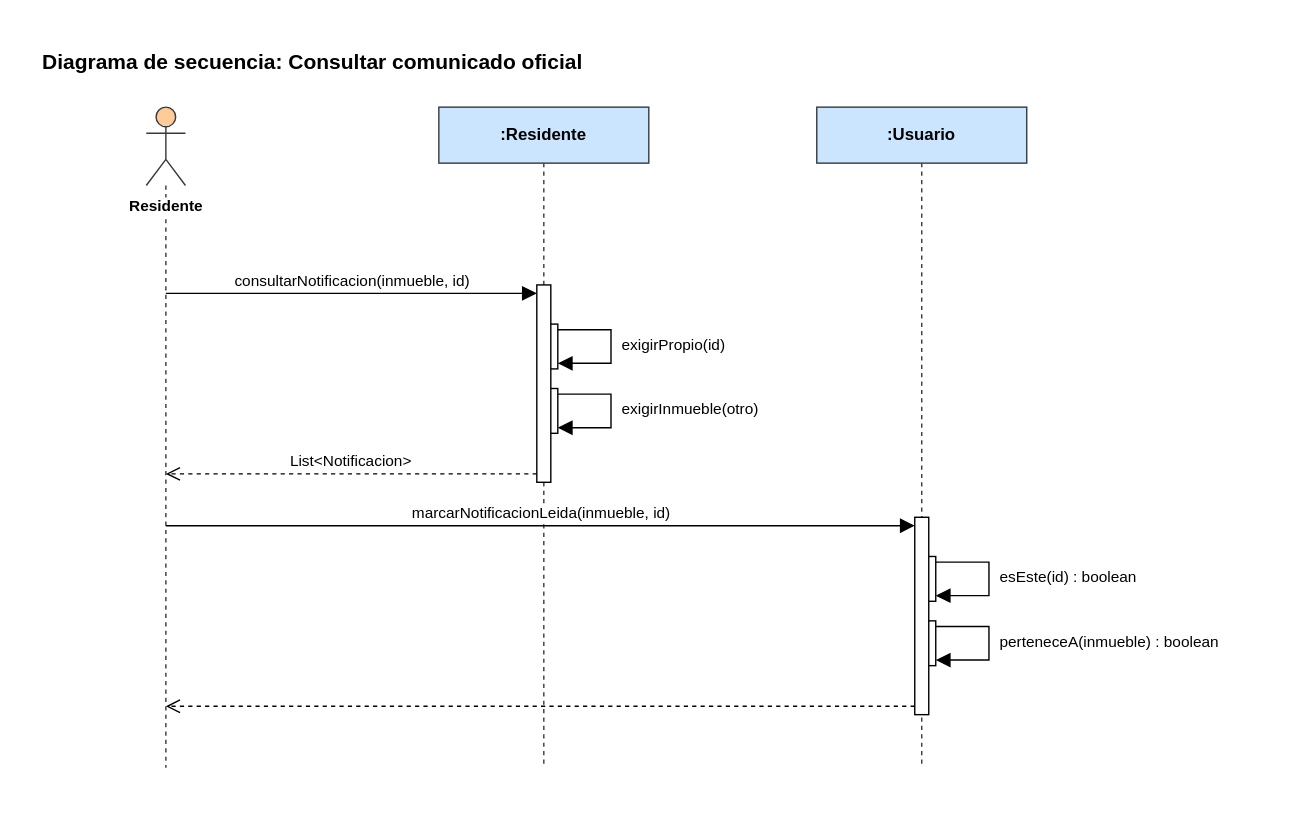
Earlier version of the draw.io export Diagramas/Secuencia/consultar-comunicado-oficial.svg (manuel20051208/HorizontalSoftware-Back-End). Source tidied: cells renumbered, new cells last; positions are measured from the earlier drawing's top-left corner, leaving out a move shared by most shapes. Its diagram source:
```xml
<mxGraphModel>
  <root>
    <mxCell id="0" />
    <mxCell id="1" parent="0" />
    <mxCell id="2" value="&lt;b&gt;Diagrama de secuencia: Consultar comunicado oficial&lt;/b&gt;" style="text;html=1;align=left;verticalAlign=top;whiteSpace=wrap;fontSize=15;" parent="1" vertex="1">
      <mxGeometry width="864" height="26" as="geometry" />
    </mxCell>
    <mxCell id="3" value="Residente" style="shape=umlLifeline;participant=umlActor;perimeter=lifelinePerimeter;whiteSpace=nowrap;html=1;outlineConnect=0;portConstraint=eastwest;size=56;verticalAlign=top;spacingTop=58;labelBackgroundColor=#ffffff;fontStyle=1;fontSize=11;fillColor=#ffcc99;strokeColor=#36393d;" parent="1" vertex="1">
      <mxGeometry x="76" y="48" width="28" height="472" as="geometry" />
    </mxCell>
    <mxCell id="4" value=":Residente" style="shape=umlLifeline;perimeter=lifelinePerimeter;whiteSpace=wrap;html=1;fillColor=#cce5ff;strokeColor=#36393d;fontStyle=1;fontSize=12;" parent="1" vertex="1">
      <mxGeometry x="285" y="48" width="150" height="472" as="geometry" />
    </mxCell>
    <mxCell id="5" value=":Usuario" style="shape=umlLifeline;perimeter=lifelinePerimeter;whiteSpace=wrap;html=1;fillColor=#cce5ff;strokeColor=#36393d;fontStyle=1;fontSize=12;" parent="1" vertex="1">
      <mxGeometry x="555" y="48" width="150" height="472" as="geometry" />
    </mxCell>
    <mxCell id="6" style="html=1;points=[];perimeter=orthogonalPerimeter;fillColor=#ffffff;strokeColor=#000000;" parent="1" vertex="1">
      <mxGeometry x="360" y="203" width="10" height="32" as="geometry" />
    </mxCell>
    <mxCell id="7" style="html=1;points=[];perimeter=orthogonalPerimeter;fillColor=#ffffff;strokeColor=#000000;" parent="1" vertex="1">
      <mxGeometry x="360" y="249" width="10" height="32" as="geometry" />
    </mxCell>
    <mxCell id="8" style="html=1;points=[];perimeter=orthogonalPerimeter;fillColor=#ffffff;strokeColor=#000000;" parent="1" vertex="1">
      <mxGeometry x="355" y="175" width="10" height="141" as="geometry" />
    </mxCell>
    <mxCell id="9" style="html=1;points=[];perimeter=orthogonalPerimeter;fillColor=#ffffff;strokeColor=#000000;" parent="1" vertex="1">
      <mxGeometry x="630" y="369" width="10" height="32" as="geometry" />
    </mxCell>
    <mxCell id="10" style="html=1;points=[];perimeter=orthogonalPerimeter;fillColor=#ffffff;strokeColor=#000000;" parent="1" vertex="1">
      <mxGeometry x="630" y="415" width="10" height="32" as="geometry" />
    </mxCell>
    <mxCell id="11" style="html=1;points=[];perimeter=orthogonalPerimeter;fillColor=#ffffff;strokeColor=#000000;" parent="1" vertex="1">
      <mxGeometry x="625" y="341" width="10" height="141" as="geometry" />
    </mxCell>
    <mxCell id="12" value="consultarNotificacion(inmueble, id)" style="html=1;verticalAlign=bottom;rounded=0;fontSize=11;strokeColor=#000000;endArrow=block;endFill=1;endSize=8;exitX=0.5000;exitY=0.2818;exitDx=0;exitDy=0;exitPerimeter=0;entryX=0.0000;entryY=0.0426;entryDx=0;entryDy=0;entryPerimeter=0;" parent="1" edge="1" source="3" target="8">
      <mxGeometry relative="1" as="geometry" />
    </mxCell>
    <mxCell id="13" style="html=1;rounded=0;endArrow=block;endFill=1;endSize=8;strokeColor=#000000;exitX=1.0000;exitY=0.1250;exitDx=0;exitDy=0;exitPerimeter=0;entryX=1.0000;entryY=0.8750;entryDx=0;entryDy=0;entryPerimeter=0;" parent="1" edge="1" source="6" target="6">
      <mxGeometry relative="1" as="geometry">
        <Array as="points">
          <mxPoint x="408" y="207" />
          <mxPoint x="408" y="231" />
        </Array>
      </mxGeometry>
    </mxCell>
    <mxCell id="14" style="html=1;rounded=0;endArrow=block;endFill=1;endSize=8;strokeColor=#000000;exitX=1.0000;exitY=0.1250;exitDx=0;exitDy=0;exitPerimeter=0;entryX=1.0000;entryY=0.8750;entryDx=0;entryDy=0;entryPerimeter=0;" parent="1" edge="1" source="7" target="7">
      <mxGeometry relative="1" as="geometry">
        <Array as="points">
          <mxPoint x="408" y="253" />
          <mxPoint x="408" y="277" />
        </Array>
      </mxGeometry>
    </mxCell>
    <mxCell id="15" value="List&amp;lt;Notificacion&amp;gt;" style="html=1;verticalAlign=bottom;rounded=0;fontSize=11;strokeColor=#000000;dashed=1;endArrow=open;endFill=0;endSize=8;exitX=0.0000;exitY=0.9574;exitDx=0;exitDy=0;exitPerimeter=0;entryX=0.5000;entryY=0.5551;entryDx=0;entryDy=0;entryPerimeter=0;" parent="1" edge="1" source="8" target="3">
      <mxGeometry relative="1" as="geometry" />
    </mxCell>
    <mxCell id="16" value="marcarNotificacionLeida(inmueble, id)" style="html=1;verticalAlign=bottom;rounded=0;fontSize=11;strokeColor=#000000;endArrow=block;endFill=1;endSize=8;exitX=0.5000;exitY=0.6335;exitDx=0;exitDy=0;exitPerimeter=0;entryX=0.0000;entryY=0.0426;entryDx=0;entryDy=0;entryPerimeter=0;" parent="1" edge="1" source="3" target="11">
      <mxGeometry relative="1" as="geometry" />
    </mxCell>
    <mxCell id="17" style="html=1;rounded=0;endArrow=block;endFill=1;endSize=8;strokeColor=#000000;exitX=1.0000;exitY=0.1250;exitDx=0;exitDy=0;exitPerimeter=0;entryX=1.0000;entryY=0.8750;entryDx=0;entryDy=0;entryPerimeter=0;" parent="1" edge="1" source="9" target="9">
      <mxGeometry relative="1" as="geometry">
        <Array as="points">
          <mxPoint x="678" y="373" />
          <mxPoint x="678" y="397" />
        </Array>
      </mxGeometry>
    </mxCell>
    <mxCell id="18" style="html=1;rounded=0;endArrow=block;endFill=1;endSize=8;strokeColor=#000000;exitX=1.0000;exitY=0.1250;exitDx=0;exitDy=0;exitPerimeter=0;entryX=1.0000;entryY=0.8750;entryDx=0;entryDy=0;entryPerimeter=0;" parent="1" edge="1" source="10" target="10">
      <mxGeometry relative="1" as="geometry">
        <Array as="points">
          <mxPoint x="678" y="419" />
          <mxPoint x="678" y="443" />
        </Array>
      </mxGeometry>
    </mxCell>
    <mxCell id="19" style="html=1;verticalAlign=bottom;rounded=0;fontSize=11;strokeColor=#000000;dashed=1;endArrow=open;endFill=0;endSize=8;exitX=0.0000;exitY=0.9574;exitDx=0;exitDy=0;exitPerimeter=0;entryX=0.5000;entryY=0.9068;entryDx=0;entryDy=0;entryPerimeter=0;" parent="1" edge="1" source="11" target="3">
      <mxGeometry relative="1" as="geometry" />
    </mxCell>
    <mxCell id="20" value="exigirPropio(id)" style="text;html=1;align=left;verticalAlign=top;whiteSpace=wrap;overflow=hidden;fontSize=11;" parent="1" vertex="1">
      <mxGeometry x="414" y="205" width="185" height="28" as="geometry" />
    </mxCell>
    <mxCell id="21" value="exigirInmueble(otro)" style="text;html=1;align=left;verticalAlign=top;whiteSpace=wrap;overflow=hidden;fontSize=11;" parent="1" vertex="1">
      <mxGeometry x="414" y="251" width="185" height="28" as="geometry" />
    </mxCell>
    <mxCell id="22" value="esEste(id) : boolean" style="text;html=1;align=left;verticalAlign=top;whiteSpace=wrap;overflow=hidden;fontSize=11;" parent="1" vertex="1">
      <mxGeometry x="684" y="371" width="185" height="28" as="geometry" />
    </mxCell>
    <mxCell id="23" value="perteneceA(inmueble) : boolean" style="text;html=1;align=left;verticalAlign=top;whiteSpace=wrap;overflow=hidden;fontSize=11;" parent="1" vertex="1">
      <mxGeometry x="684" y="417" width="185" height="28" as="geometry" />
    </mxCell>
  </root>
</mxGraphModel>
```
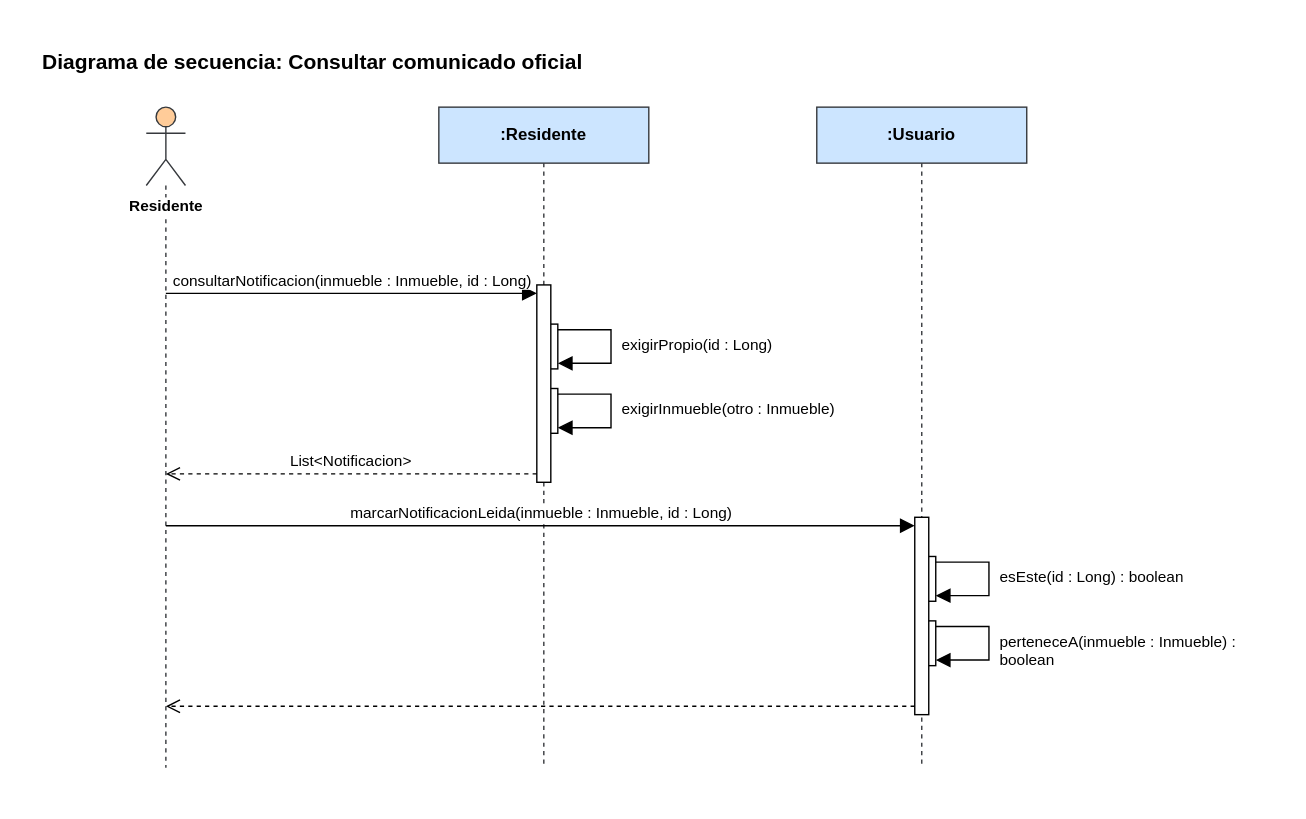
The same file after the commit.

What changed in the source:
```diff
@@ -32,7 +32,7 @@
     <mxCell id="11" style="html=1;points=[];perimeter=orthogonalPerimeter;fillColor=#ffffff;strokeColor=#000000;" parent="1" vertex="1">
       <mxGeometry x="625" y="341" width="10" height="141" as="geometry" />
     </mxCell>
-    <mxCell id="12" value="consultarNotificacion(inmueble, id)" style="html=1;verticalAlign=bottom;rounded=0;fontSize=11;strokeColor=#000000;endArrow=block;endFill=1;endSize=8;exitX=0.5000;exitY=0.2818;exitDx=0;exitDy=0;exitPerimeter=0;entryX=0.0000;entryY=0.0426;entryDx=0;entryDy=0;entryPerimeter=0;" parent="1" edge="1" source="3" target="8">
+    <mxCell id="12" value="consultarNotificacion(inmueble : Inmueble, id : Long)" style="html=1;verticalAlign=bottom;rounded=0;fontSize=11;strokeColor=#000000;endArrow=block;endFill=1;endSize=8;exitX=0.5000;exitY=0.2818;exitDx=0;exitDy=0;exitPerimeter=0;entryX=0.0000;entryY=0.0426;entryDx=0;entryDy=0;entryPerimeter=0;" parent="1" edge="1" source="3" target="8">
       <mxGeometry relative="1" as="geometry" />
     </mxCell>
     <mxCell id="13" style="html=1;rounded=0;endArrow=block;endFill=1;endSize=8;strokeColor=#000000;exitX=1.0000;exitY=0.1250;exitDx=0;exitDy=0;exitPerimeter=0;entryX=1.0000;entryY=0.8750;entryDx=0;entryDy=0;entryPerimeter=0;" parent="1" edge="1" source="6" target="6">
@@ -54,7 +54,7 @@
     <mxCell id="15" value="List&amp;lt;Notificacion&amp;gt;" style="html=1;verticalAlign=bottom;rounded=0;fontSize=11;strokeColor=#000000;dashed=1;endArrow=open;endFill=0;endSize=8;exitX=0.0000;exitY=0.9574;exitDx=0;exitDy=0;exitPerimeter=0;entryX=0.5000;entryY=0.5551;entryDx=0;entryDy=0;entryPerimeter=0;" parent="1" edge="1" source="8" target="3">
       <mxGeometry relative="1" as="geometry" />
     </mxCell>
-    <mxCell id="16" value="marcarNotificacionLeida(inmueble, id)" style="html=1;verticalAlign=bottom;rounded=0;fontSize=11;strokeColor=#000000;endArrow=block;endFill=1;endSize=8;exitX=0.5000;exitY=0.6335;exitDx=0;exitDy=0;exitPerimeter=0;entryX=0.0000;entryY=0.0426;entryDx=0;entryDy=0;entryPerimeter=0;" parent="1" edge="1" source="3" target="11">
+    <mxCell id="16" value="marcarNotificacionLeida(inmueble : Inmueble, id : Long)" style="html=1;verticalAlign=bottom;rounded=0;fontSize=11;strokeColor=#000000;endArrow=block;endFill=1;endSize=8;exitX=0.5000;exitY=0.6335;exitDx=0;exitDy=0;exitPerimeter=0;entryX=0.0000;entryY=0.0426;entryDx=0;entryDy=0;entryPerimeter=0;" parent="1" edge="1" source="3" target="11">
       <mxGeometry relative="1" as="geometry" />
     </mxCell>
     <mxCell id="17" style="html=1;rounded=0;endArrow=block;endFill=1;endSize=8;strokeColor=#000000;exitX=1.0000;exitY=0.1250;exitDx=0;exitDy=0;exitPerimeter=0;entryX=1.0000;entryY=0.8750;entryDx=0;entryDy=0;entryPerimeter=0;" parent="1" edge="1" source="9" target="9">
@@ -76,16 +76,16 @@
     <mxCell id="19" style="html=1;verticalAlign=bottom;rounded=0;fontSize=11;strokeColor=#000000;dashed=1;endArrow=open;endFill=0;endSize=8;exitX=0.0000;exitY=0.9574;exitDx=0;exitDy=0;exitPerimeter=0;entryX=0.5000;entryY=0.9068;entryDx=0;entryDy=0;entryPerimeter=0;" parent="1" edge="1" source="11" target="3">
       <mxGeometry relative="1" as="geometry" />
     </mxCell>
-    <mxCell id="20" value="exigirPropio(id)" style="text;html=1;align=left;verticalAlign=top;whiteSpace=wrap;overflow=hidden;fontSize=11;" parent="1" vertex="1">
+    <mxCell id="20" value="exigirPropio(id : Long)" style="text;html=1;align=left;verticalAlign=top;whiteSpace=wrap;overflow=hidden;fontSize=11;" parent="1" vertex="1">
       <mxGeometry x="414" y="205" width="185" height="28" as="geometry" />
     </mxCell>
-    <mxCell id="21" value="exigirInmueble(otro)" style="text;html=1;align=left;verticalAlign=top;whiteSpace=wrap;overflow=hidden;fontSize=11;" parent="1" vertex="1">
+    <mxCell id="21" value="exigirInmueble(otro : Inmueble)" style="text;html=1;align=left;verticalAlign=top;whiteSpace=wrap;overflow=hidden;fontSize=11;" parent="1" vertex="1">
       <mxGeometry x="414" y="251" width="185" height="28" as="geometry" />
     </mxCell>
-    <mxCell id="22" value="esEste(id) : boolean" style="text;html=1;align=left;verticalAlign=top;whiteSpace=wrap;overflow=hidden;fontSize=11;" parent="1" vertex="1">
+    <mxCell id="22" value="esEste(id : Long) : boolean" style="text;html=1;align=left;verticalAlign=top;whiteSpace=wrap;overflow=hidden;fontSize=11;" parent="1" vertex="1">
       <mxGeometry x="684" y="371" width="185" height="28" as="geometry" />
     </mxCell>
-    <mxCell id="23" value="perteneceA(inmueble) : boolean" style="text;html=1;align=left;verticalAlign=top;whiteSpace=wrap;overflow=hidden;fontSize=11;" parent="1" vertex="1">
+    <mxCell id="23" value="perteneceA(inmueble : Inmueble) : boolean" style="text;html=1;align=left;verticalAlign=top;whiteSpace=wrap;overflow=hidden;fontSize=11;" parent="1" vertex="1">
       <mxGeometry x="684" y="417" width="185" height="28" as="geometry" />
     </mxCell>
   </root>
```
